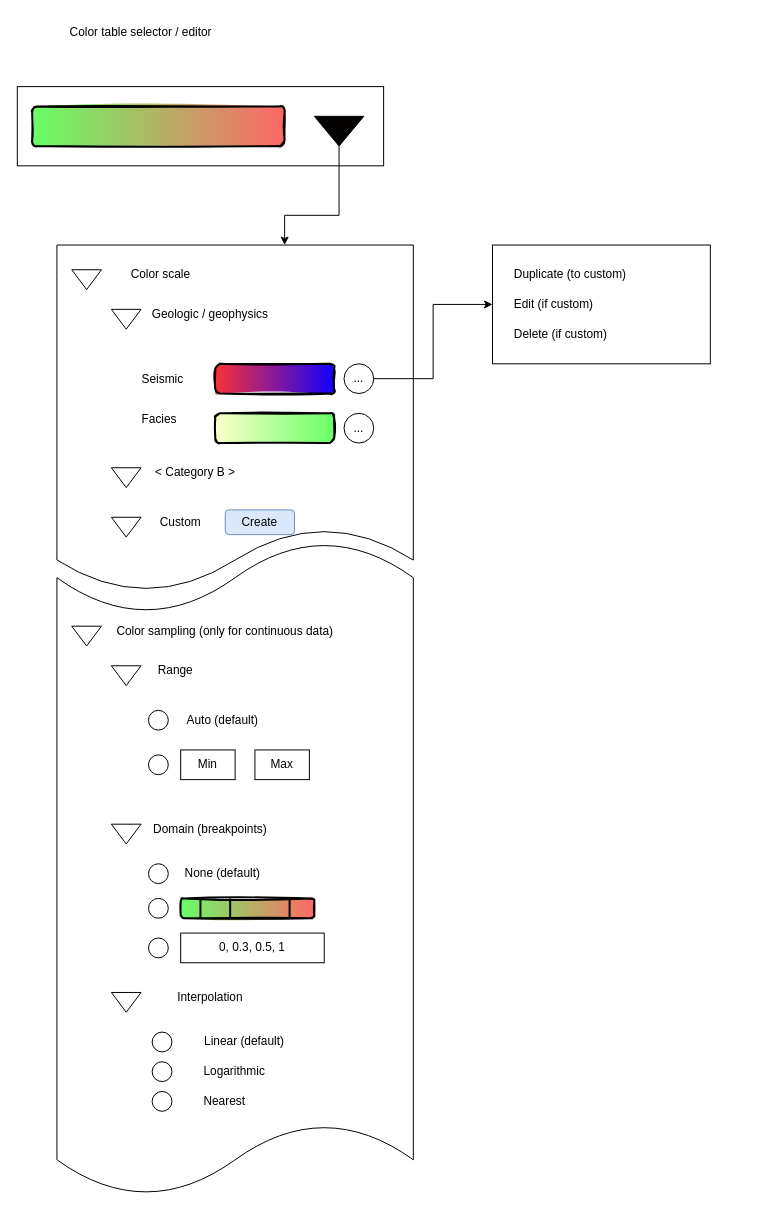
Before: doc/Untitled Diagram.drawio in hkfb/webviz-subsurface-components, a draw.io diagram. Source tidied: cells renumbered, new cells numbered last; positions are measured from the earlier drawing's top-left corner, leaving out a move shared by most shapes. Both pictures are drawn from the tidied source at 99%, with x=0, y=0 at pixel (17, 17). Pictures stored in the file or linked from it are replaced by grey dashed boxes.
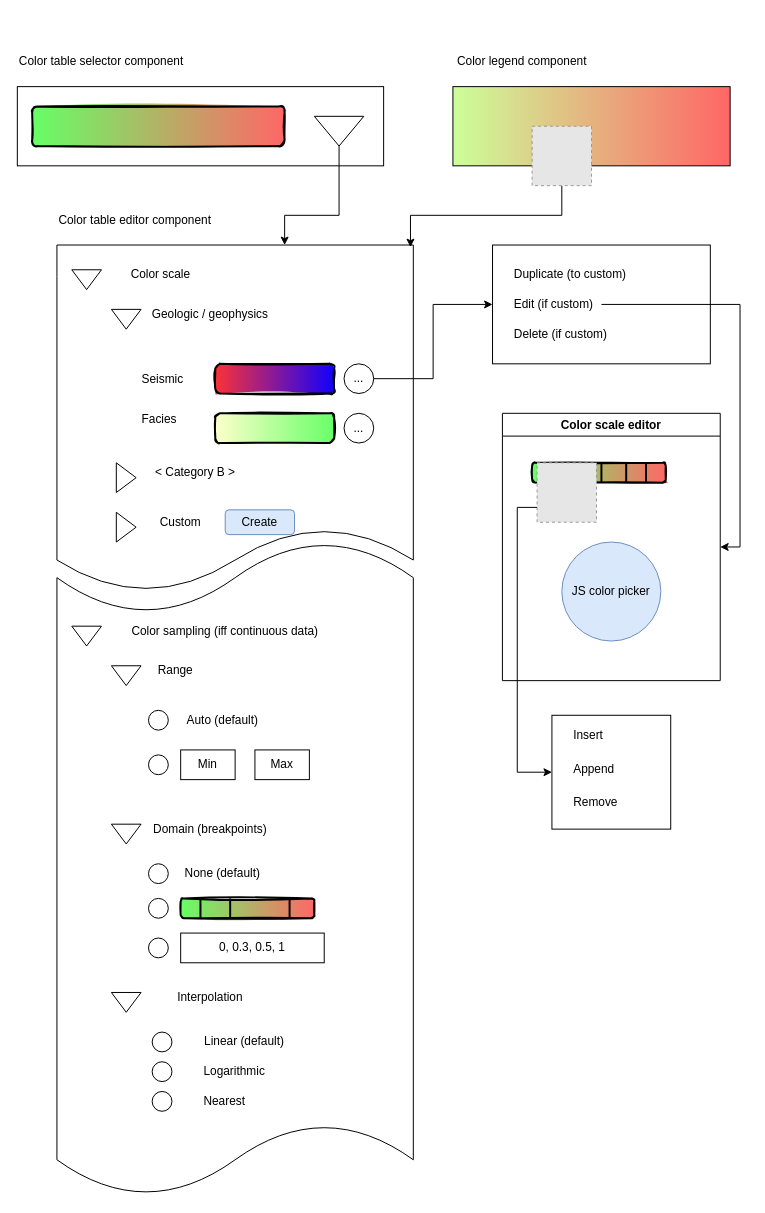
The same page after the edit.

Unchanged cells that the change refers to:
```xml
<mxCell id="2" style="shape=document;whiteSpace=wrap;html=1;boundedLbl=1;fillColor=none;gradientColor=#FFFFCC;gradientDirection=west;size=0.18181818181818182;" parent="1" vertex="1">
  <mxGeometry x="40" y="230" width="360" height="350" as="geometry" />
</mxCell>
<mxCell id="14" value="&amp;lt; Category B &amp;gt;" style="html=1;whiteSpace=wrap;fillColor=none;gradientColor=none;gradientDirection=west;strokeColor=none;" parent="1" vertex="1">
  <mxGeometry x="80" y="430" width="200" height="60" as="geometry" />
</mxCell>
<mxCell id="16" value="Color scale" style="html=1;whiteSpace=wrap;fillColor=none;gradientColor=none;gradientDirection=west;strokeColor=none;align=center;" parent="1" vertex="1">
  <mxGeometry x="40" y="230" width="210" height="60" as="geometry" />
</mxCell>
<mxCell id="52" value="Edit (if custom)" style="text;html=1;strokeColor=none;fillColor=none;align=left;verticalAlign=middle;whiteSpace=wrap;rounded=0;" parent="1" vertex="1">
  <mxGeometry x="500" y="275" width="90" height="30" as="geometry" />
</mxCell>
<mxCell id="53" value="Custom" style="html=1;whiteSpace=wrap;fillColor=none;gradientColor=none;gradientDirection=west;strokeColor=none;" parent="1" vertex="1">
  <mxGeometry x="80" y="480" width="170" height="60" as="geometry" />
</mxCell>
```

Change to the diagram source:
```diff
@@
-    <mxCell id="3" value="Color table selector / editor" style="text;html=1;strokeColor=none;fillColor=none;align=center;verticalAlign=middle;whiteSpace=wrap;rounded=0;" parent="1" vertex="1">
-      <mxGeometry x="10" width="230" height="30" as="geometry" />
+    <mxCell id="3" value="Color table selector component" style="text;html=1;strokeColor=none;fillColor=none;align=left;verticalAlign=middle;whiteSpace=wrap;rounded=0;" parent="1" vertex="1">
+      <mxGeometry y="30" width="230" height="30" as="geometry" />
     </mxCell>
@@
-    <mxCell id="7" style="triangle;whiteSpace=wrap;html=1;fillColor=#050202;gradientColor=none;gradientDirection=west;rotation=90;" parent="1" vertex="1">
+    <mxCell id="7" style="triangle;whiteSpace=wrap;html=1;fillColor=none;gradientColor=none;gradientDirection=west;rotation=90;" parent="1" vertex="1">
       <mxGeometry x="310" y="90" width="30" height="50" as="geometry" />
     </mxCell>
@@
-    <mxCell id="15" style="triangle;html=1;whiteSpace=wrap;fillColor=none;gradientColor=none;gradientDirection=west;rotation=90;" parent="14" vertex="1">
+    <mxCell id="15" style="triangle;html=1;whiteSpace=wrap;fillColor=none;gradientColor=none;gradientDirection=west;rotation=0;" parent="14" vertex="1">
       <mxGeometry x="20" y="20" width="20" height="30" as="geometry" />
     </mxCell>
@@
-    <mxCell id="17" style="triangle;html=1;whiteSpace=wrap;fillColor=none;gradientColor=none;gradientDirection=west;rotation=90;" parent="16" vertex="1">
+    <mxCell id="17" style="triangle;html=1;whiteSpace=wrap;fillColor=default;gradientColor=none;gradientDirection=west;rotation=90;" parent="16" vertex="1">
       <mxGeometry x="20" y="20" width="20" height="30" as="geometry" />
     </mxCell>
@@
-    <mxCell id="22" value="Color sampling (only for continuous data)" style="html=1;whiteSpace=wrap;fillColor=none;gradientColor=none;gradientDirection=west;strokeColor=none;align=center;" parent="1" vertex="1">
+    <mxCell id="22" value="Color sampling (iff continuous data)" style="html=1;whiteSpace=wrap;fillColor=none;gradientColor=none;gradientDirection=west;strokeColor=none;align=center;" parent="1" vertex="1">
       <mxGeometry x="40" y="590" width="340" height="60" as="geometry" />
     </mxCell>
@@
+    <mxCell id="57" style="edgeStyle=orthogonalEdgeStyle;rounded=0;jettySize=auto;html=1;exitX=1;exitY=0.5;exitDx=0;exitDy=0;entryX=1;entryY=0.5;entryDx=0;entryDy=0;" parent="1" edge="1" source="52" target="58">
+      <mxGeometry relative="1" as="geometry" />
+    </mxCell>
@@
-    <mxCell id="54" style="triangle;html=1;whiteSpace=wrap;fillColor=none;gradientColor=none;gradientDirection=west;rotation=90;" parent="53" vertex="1">
+    <mxCell id="54" style="triangle;html=1;whiteSpace=wrap;fillColor=none;gradientColor=none;gradientDirection=west;rotation=0;" parent="53" vertex="1">
       <mxGeometry x="20" y="20" width="20" height="30" as="geometry" />
     </mxCell>
@@
+    <mxCell id="58" value="Color scale editor" style="swimlane;strokeColor=default;fillColor=none;gradientColor=#FFFFCC;gradientDirection=west;" parent="1" vertex="1">
+      <mxGeometry x="490" y="400" width="220" height="270" as="geometry" />
+    </mxCell>
+    <mxCell id="59" style="rounded=1;whiteSpace=wrap;html=1;strokeWidth=2;fillWeight=4;hachureGap=8;hachureAngle=45;fillColor=#FF6666;sketch=1;gradientColor=#66FF66;gradientDirection=west;" parent="58" vertex="1">
+      <mxGeometry x="30" y="50" width="135" height="20" as="geometry" />
+    </mxCell>
+    <mxCell id="60" style="line;strokeWidth=2;direction=south;html=1;fillColor=none;gradientColor=#FFFFCC;gradientDirection=west;" parent="58" vertex="1">
+      <mxGeometry x="50" y="50" width="10" height="20" as="geometry" />
+    </mxCell>
+    <mxCell id="61" style="line;strokeWidth=2;direction=south;html=1;fillColor=none;gradientColor=#FFFFCC;gradientDirection=west;" parent="58" vertex="1">
+      <mxGeometry x="75" y="50" width="10" height="20" as="geometry" />
+    </mxCell>
+    <mxCell id="62" style="line;strokeWidth=2;direction=south;html=1;fillColor=none;gradientColor=#FFFFCC;gradientDirection=west;" parent="58" vertex="1">
+      <mxGeometry x="140" y="50" width="10" height="20" as="geometry" />
+    </mxCell>
+    <mxCell id="63" style="line;strokeWidth=2;direction=south;html=1;fillColor=none;gradientColor=#FFFFCC;gradientDirection=west;" parent="58" vertex="1">
+      <mxGeometry x="95" y="50" width="10" height="20" as="geometry" />
+    </mxCell>
+    <mxCell id="64" style="line;strokeWidth=2;direction=south;html=1;fillColor=none;gradientColor=#FFFFCC;gradientDirection=west;" parent="58" vertex="1">
+      <mxGeometry x="120" y="50" width="10" height="20" as="geometry" />
+    </mxCell>
+    <mxCell id="65" style="fillColor=#E6E6E6;strokeColor=#999999;dashed=1;html=1;verticalAlign=top;verticalLabelPosition=bottom;labelBackgroundColor=#ffffff;" parent="58" vertex="1">
+      <mxGeometry x="35" y="50" width="60" height="60" as="geometry" />
+    </mxCell>
+    <mxCell id="66" value="JS color picker" style="ellipse;whiteSpace=wrap;html=1;strokeColor=#6c8ebf;fillColor=#dae8fc;gradientDirection=radial;" parent="58" vertex="1">
+      <mxGeometry x="60" y="130" width="100" height="100" as="geometry" />
+    </mxCell>
+    <mxCell id="67" style="rounded=0;whiteSpace=wrap;html=1;strokeColor=default;fillColor=none;gradientColor=none;gradientDirection=radial;" parent="1" vertex="1">
+      <mxGeometry x="540" y="705" width="120" height="115" as="geometry" />
+    </mxCell>
+    <mxCell id="68" value="Insert" style="text;html=1;strokeColor=none;fillColor=none;align=left;verticalAlign=middle;whiteSpace=wrap;rounded=0;" parent="1" vertex="1">
+      <mxGeometry x="560" y="710" width="60" height="30" as="geometry" />
+    </mxCell>
+    <mxCell id="69" value="Append" style="text;html=1;strokeColor=none;fillColor=none;align=left;verticalAlign=middle;whiteSpace=wrap;rounded=0;" parent="1" vertex="1">
+      <mxGeometry x="560" y="745" width="60" height="30" as="geometry" />
+    </mxCell>
+    <mxCell id="70" value="Remove" style="text;html=1;strokeColor=none;fillColor=none;align=left;verticalAlign=middle;whiteSpace=wrap;rounded=0;" parent="1" vertex="1">
+      <mxGeometry x="560" y="777.5" width="60" height="30" as="geometry" />
+    </mxCell>
+    <mxCell id="71" style="edgeStyle=orthogonalEdgeStyle;rounded=0;jettySize=auto;html=1;exitX=0;exitY=0.75;exitDx=0;exitDy=0;entryX=0;entryY=0.5;entryDx=0;entryDy=0;" parent="1" edge="1" source="65" target="67">
+      <mxGeometry relative="1" as="geometry" />
+    </mxCell>
+    <mxCell id="72" style="rounded=0;whiteSpace=wrap;html=1;gradientColor=#CCFF99;gradientDirection=west;fillColor=#FF6666;" parent="1" vertex="1">
+      <mxGeometry x="440" y="70" width="280" height="80" as="geometry" />
+    </mxCell>
+    <mxCell id="73" value="Color legend component" style="text;html=1;strokeColor=none;fillColor=none;align=center;verticalAlign=middle;whiteSpace=wrap;rounded=0;" parent="1" vertex="1">
+      <mxGeometry x="440" y="30" width="140" height="30" as="geometry" />
+    </mxCell>
+    <mxCell id="74" style="edgeStyle=orthogonalEdgeStyle;rounded=0;jettySize=auto;html=1;exitX=0.5;exitY=1;exitDx=0;exitDy=0;entryX=0.992;entryY=0.006;entryDx=0;entryDy=0;entryPerimeter=0;" parent="1" edge="1" source="75" target="2">
+      <mxGeometry relative="1" as="geometry" />
+    </mxCell>
+    <mxCell id="75" style="fillColor=#E6E6E6;strokeColor=#999999;dashed=1;html=1;verticalAlign=top;verticalLabelPosition=bottom;labelBackgroundColor=#ffffff;" parent="1" vertex="1">
+      <mxGeometry x="520" y="110" width="60" height="60" as="geometry" />
+    </mxCell>
+    <mxCell id="76" value="Color table editor component" style="text;html=1;strokeColor=none;fillColor=none;align=left;verticalAlign=middle;whiteSpace=wrap;rounded=0;" parent="1" vertex="1">
+      <mxGeometry x="40" y="190" width="230" height="30" as="geometry" />
+    </mxCell>
```
